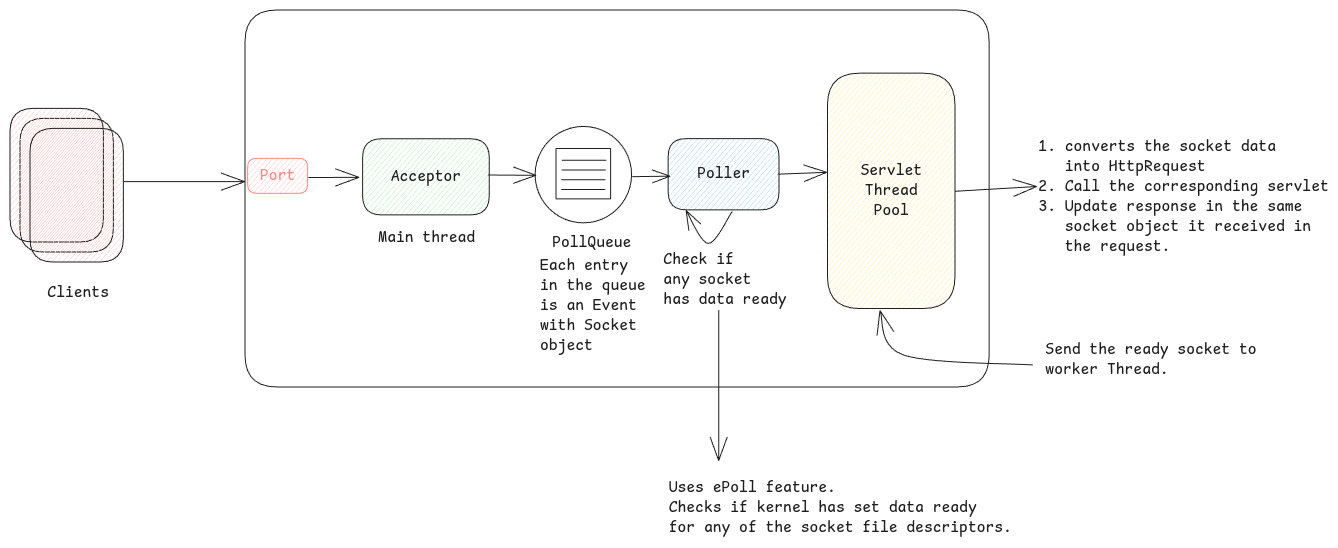
swaroopar/inprogress-engineer keeps this Excalidraw diagram as static/img/nio.excalidraw.png. Above is the earlier version. Source tidied: one line per element, renumbered; positions are measured from the earlier drawing's top-left corner, leaving out a move shared by most shapes.
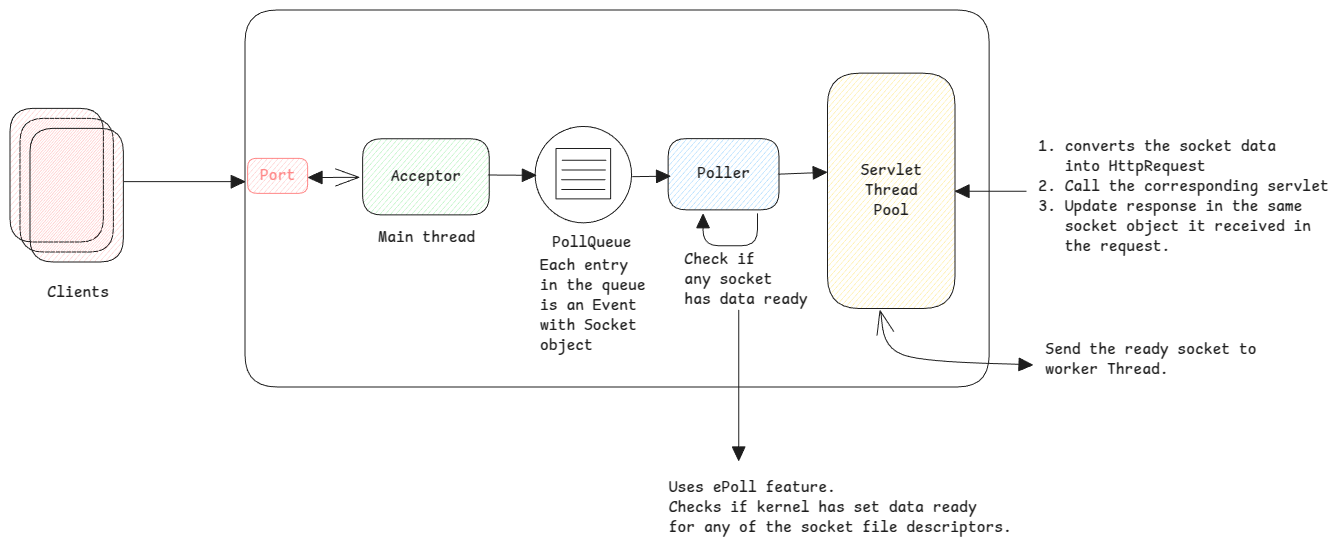
Later version of the same file.

What changed in the source:
```diff
@@ -1,35 +1,35 @@
 {"id": 0, "type": "rectangle", "strokeColor": "#1e1e1e", "strokeWidth": 1, "roughness": 0, "round": true, "x": 235, "y": 0, "width": 744, "height": 377}
 {"id": 1, "type": "rectangle", "strokeColor": "#1e1e1e", "backgroundColor": "#b2f2bb", "fillStyle": "hachure", "strokeWidth": 1, "roughness": 0, "round": true, "x": 353, "y": 129, "width": 127, "height": 76}
 {"id": 2, "type": "text", "text": "Acceptor", "strokeColor": "#1e1e1e", "strokeWidth": 2, "roughness": 1, "fontSize": 16, "fontFamily": 8, "textAlign": "center", "verticalAlign": "middle", "inside": 1, "x": 381, "y": 157, "width": 70, "height": 20}
-{"id": 3, "type": "arrow", "strokeColor": "#1e1e1e", "strokeWidth": 1, "roughness": 0, "startArrowhead": "arrow", "round": true, "from": 1, "to": 4, "x": 349, "y": 167, "width": 50, "height": 0, "points": [[0, 0], [-50, 0]]}
+{"id": 3, "type": "arrow", "strokeColor": "#1e1e1e", "strokeWidth": 1, "roughness": 0, "startArrowhead": "arrow", "endArrowhead": "triangle", "round": true, "from": 1, "to": 4, "x": 349, "y": 167, "width": 50, "height": 0, "points": [[0, 0], [-50, 0]]}
 {"id": 4, "type": "rectangle", "strokeColor": "#ff8787", "backgroundColor": "#ffc9c9", "fillStyle": "hachure", "strokeWidth": 1, "roughness": 0, "round": true, "x": 238, "y": 148, "width": 60, "height": 35}
 {"id": 5, "type": "text", "text": "Port", "strokeColor": "#ff8787", "strokeWidth": 2, "roughness": 1, "fontSize": 16, "fontFamily": 8, "textAlign": "center", "verticalAlign": "middle", "inside": 4, "x": 250, "y": 156, "width": 35, "height": 20}
 {"id": 6, "type": "ellipse", "strokeColor": "#1e1e1e", "strokeWidth": 1, "roughness": 0, "round": true, "x": 525, "y": 116, "width": 96, "height": 96}
 {"id": 7, "type": "rectangle", "strokeColor": "#1e1e1e", "strokeWidth": 1, "roughness": 0, "x": 546, "y": 138, "width": 55, "height": 50}
-{"id": 8, "type": "line", "strokeColor": "#1e1e1e", "strokeWidth": 1, "roughness": 0, "round": true, "x": 552, "y": 150, "width": 44, "height": 0, "points": [[0, 0], [44, 0]]}
+{"id": 8, "type": "line", "strokeColor": "#1e1e1e", "strokeWidth": 1, "roughness": 0, "endArrowhead": "triangle", "round": true, "x": 552, "y": 150, "width": 44, "height": 0, "points": [[0, 0], [44, 0]]}
-{"id": 9, "type": "line", "strokeColor": "#1e1e1e", "strokeWidth": 1, "roughness": 0, "round": true, "x": 552, "y": 160, "width": 44, "height": 0, "points": [[0, 0], [44, 0]]}
+{"id": 9, "type": "line", "strokeColor": "#1e1e1e", "strokeWidth": 1, "roughness": 0, "endArrowhead": "triangle", "round": true, "x": 552, "y": 160, "width": 44, "height": 0, "points": [[0, 0], [44, 0]]}
-{"id": 10, "type": "line", "strokeColor": "#1e1e1e", "strokeWidth": 1, "roughness": 0, "round": true, "x": 552, "y": 170, "width": 44, "height": 0, "points": [[0, 0], [44, 0]]}
+{"id": 10, "type": "line", "strokeColor": "#1e1e1e", "strokeWidth": 1, "roughness": 0, "endArrowhead": "triangle", "round": true, "x": 552, "y": 170, "width": 44, "height": 0, "points": [[0, 0], [44, 0]]}
-{"id": 11, "type": "line", "strokeColor": "#1e1e1e", "strokeWidth": 1, "roughness": 0, "round": true, "x": 552, "y": 180, "width": 44, "height": 0, "points": [[0, 0], [44, 0]]}
+{"id": 11, "type": "line", "strokeColor": "#1e1e1e", "strokeWidth": 1, "roughness": 0, "endArrowhead": "triangle", "round": true, "x": 552, "y": 180, "width": 44, "height": 0, "points": [[0, 0], [44, 0]]}
 {"id": 12, "type": "text", "text": "PollQueue", "strokeColor": "#1e1e1e", "strokeWidth": 1, "roughness": 0, "fontSize": 16, "fontFamily": 8, "x": 542, "y": 223, "width": 79, "height": 20}
 {"id": 13, "type": "rectangle", "strokeColor": "#1e1e1e", "backgroundColor": "#a5d8ff", "fillStyle": "hachure", "strokeWidth": 1, "roughness": 0, "round": true, "x": 658, "y": 129, "width": 111, "height": 71}
 {"id": 14, "type": "text", "text": "Poller", "strokeColor": "#1e1e1e", "strokeWidth": 2, "roughness": 1, "fontSize": 16, "fontFamily": 8, "textAlign": "center", "verticalAlign": "middle", "inside": 13, "x": 687, "y": 154, "width": 53, "height": 20}
 {"id": 15, "type": "rectangle", "strokeColor": "#1e1e1e", "backgroundColor": "#ffec99", "fillStyle": "hachure", "strokeWidth": 1, "roughness": 0, "round": true, "x": 817, "y": 63, "width": 128, "height": 235}
 {"id": 16, "type": "text", "text": "Servlet\nThread\nPool", "strokeColor": "#1e1e1e", "strokeWidth": 2, "roughness": 1, "fontSize": 16, "fontFamily": 8, "textAlign": "center", "verticalAlign": "middle", "inside": 15, "x": 850, "y": 151, "width": 62, "height": 60}
-{"id": 17, "type": "arrow", "strokeColor": "#1e1e1e", "strokeWidth": 1, "roughness": 0, "endArrowhead": "arrow", "round": true, "from": 13, "to": 13, "x": 722, "y": 202, "width": 46, "height": 33, "points": [[0, 0], [-24, 32], [-46, -1]]}
+{"id": 17, "type": "arrow", "strokeColor": "#1e1e1e", "strokeWidth": 1, "roughness": 0, "endArrowhead": "triangle", "from": 13, "to": 13, "x": 747, "y": 204, "width": 54, "height": 32, "points": [[0, 0], [0, 32], [-54, 32], [-54, 1]]}
-{"id": 18, "type": "text", "text": "Check if \nany socket \nhas data ready", "strokeColor": "#1e1e1e", "strokeWidth": 1, "roughness": 0, "fontSize": 16, "fontFamily": 8, "x": 653, "y": 240, "width": 123, "height": 60}
+{"id": 18, "type": "text", "text": "Check if \nany socket \nhas data ready", "strokeColor": "#1e1e1e", "strokeWidth": 1, "roughness": 0, "fontSize": 16, "fontFamily": 8, "x": 674, "y": 240, "width": 123, "height": 60}
-{"id": 19, "type": "arrow", "strokeColor": "#1e1e1e", "strokeWidth": 1, "roughness": 0, "endArrowhead": "arrow", "round": true, "x": 478, "y": 165, "width": 48, "height": 0, "points": [[0, 0], [48, 0]]}
+{"id": 19, "type": "arrow", "strokeColor": "#1e1e1e", "strokeWidth": 1, "roughness": 0, "endArrowhead": "triangle", "round": true, "x": 478, "y": 165, "width": 48, "height": 0, "points": [[0, 0], [48, 0]]}
-{"id": 20, "type": "arrow", "strokeColor": "#1e1e1e", "strokeWidth": 1, "roughness": 0, "endArrowhead": "arrow", "round": true, "from": 6, "x": 623, "y": 167, "width": 37, "height": 1, "points": [[0, 0], [37, -1]]}
+{"id": 20, "type": "arrow", "strokeColor": "#1e1e1e", "strokeWidth": 1, "roughness": 0, "endArrowhead": "triangle", "round": true, "from": 6, "x": 623, "y": 167, "width": 37, "height": 1, "points": [[0, 0], [37, -1]]}
-{"id": 21, "type": "arrow", "strokeColor": "#1e1e1e", "strokeWidth": 1, "roughness": 0, "endArrowhead": "arrow", "round": true, "to": 15, "x": 768, "y": 164, "width": 48, "height": 2, "points": [[0, 0], [48, -2]]}
+{"id": 21, "type": "arrow", "strokeColor": "#1e1e1e", "strokeWidth": 1, "roughness": 0, "endArrowhead": "triangle", "round": true, "to": 15, "x": 768, "y": 164, "width": 48, "height": 2, "points": [[0, 0], [48, -2]]}
 {"id": 22, "type": "text", "text": "Main thread", "strokeColor": "#1e1e1e", "strokeWidth": 1, "roughness": 0, "fontSize": 16, "fontFamily": 8, "x": 368, "y": 218, "width": 97, "height": 20}
 {"id": 23, "type": "text", "text": "Each entry \nin the queue \nis an Event \nwith Socket\nobject", "strokeColor": "#1e1e1e", "strokeWidth": 1, "roughness": 0, "fontSize": 16, "fontFamily": 8, "x": 530, "y": 246, "width": 114, "height": 100}
 {"id": 24, "type": "rectangle", "strokeColor": "#1e1e1e", "backgroundColor": "#ffc9c9", "fillStyle": "hachure", "strokeWidth": 1, "roughness": 0, "round": true, "x": 10, "y": 108, "width": 93, "height": 134}
 {"id": 25, "type": "text", "text": "Clients", "strokeColor": "#1e1e1e", "strokeWidth": 1, "roughness": 0, "fontSize": 16, "fontFamily": 8, "x": 37, "y": 273, "width": 62, "height": 20}
-{"id": 26, "type": "arrow", "strokeColor": "#1e1e1e", "backgroundColor": "#ffc9c9", "fillStyle": "hachure", "strokeWidth": 1, "roughness": 0, "endArrowhead": "arrow", "round": true, "to": 4, "x": 114, "y": 172, "width": 121, "height": 0, "points": [[0, 0], [121, 0]]}
+{"id": 26, "type": "arrow", "strokeColor": "#1e1e1e", "backgroundColor": "#ffc9c9", "fillStyle": "hachure", "strokeWidth": 1, "roughness": 0, "endArrowhead": "triangle", "round": true, "to": 4, "x": 114, "y": 172, "width": 121, "height": 0, "points": [[0, 0], [121, 0]]}
 {"id": 27, "type": "rectangle", "strokeColor": "#1e1e1e", "backgroundColor": "#ffc9c9", "fillStyle": "hachure", "strokeWidth": 1, "roughness": 0, "round": true, "x": 0, "y": 98, "width": 93, "height": 134}
 {"id": 28, "type": "rectangle", "strokeColor": "#1e1e1e", "backgroundColor": "#ffc9c9", "fillStyle": "hachure", "strokeWidth": 1, "roughness": 0, "round": true, "x": 20, "y": 118, "width": 93, "height": 134}
-{"id": 29, "type": "arrow", "strokeColor": "#1e1e1e", "backgroundColor": "#ffec99", "fillStyle": "hachure", "strokeWidth": 1, "roughness": 0, "startArrowhead": "arrow", "round": true, "from": 15, "to": 30, "x": 870, "y": 301, "width": 153, "height": 54, "points": [[0, 0], [23, 44], [153, 54]]}
+{"id": 29, "type": "arrow", "strokeColor": "#1e1e1e", "backgroundColor": "#ffec99", "fillStyle": "hachure", "strokeWidth": 1, "roughness": 0, "startArrowhead": "arrow", "endArrowhead": "triangle", "round": true, "from": 15, "to": 30, "x": 870, "y": 301, "width": 153, "height": 54, "points": [[0, 0], [23, 44], [153, 54]]}
 {"id": 30, "type": "text", "text": "Send the ready socket to \nworker Thread. ", "strokeColor": "#1e1e1e", "backgroundColor": "#ffec99", "fillStyle": "hachure", "strokeWidth": 1, "roughness": 0, "fontSize": 16, "fontFamily": 8, "x": 1035, "y": 330, "width": 220, "height": 40}
 {"id": 31, "type": "text", "text": "1. converts the socket data \n   into HttpRequest\n2. Call the corresponding servlet\n3. Update response in the same \n   socket object it received in \n   the request.", "strokeColor": "#1e1e1e", "backgroundColor": "#ffec99", "fillStyle": "hachure", "strokeWidth": 1, "roughness": 0, "fontSize": 16, "fontFamily": 8, "x": 1028, "y": 127, "width": 290, "height": 120}
-{"id": 32, "type": "arrow", "strokeColor": "#1e1e1e", "backgroundColor": "#ffec99", "fillStyle": "hachure", "strokeWidth": 1, "roughness": 0, "startArrowhead": "arrow", "round": true, "to": 15, "x": 1027, "y": 177, "width": 81, "height": 5, "points": [[0, 0], [-81, 5]]}
+{"id": 32, "type": "arrow", "strokeColor": "#1e1e1e", "backgroundColor": "#ffec99", "fillStyle": "hachure", "strokeWidth": 1, "roughness": 0, "endArrowhead": "triangle", "round": true, "to": 15, "x": 1016, "y": 181, "width": 71, "height": 0, "points": [[0, 0], [-71, 0]]}
-{"id": 33, "type": "arrow", "strokeColor": "#1e1e1e", "strokeWidth": 1, "roughness": 0, "endArrowhead": "arrow", "round": true, "x": 709, "y": 300, "width": 0, "height": 150, "points": [[0, 0], [0, 150]]}
+{"id": 33, "type": "arrow", "strokeColor": "#1e1e1e", "strokeWidth": 1, "roughness": 0, "endArrowhead": "triangle", "round": true, "x": 729, "y": 300, "width": 0, "height": 150, "points": [[0, 0], [0, 150]]}
 {"id": 34, "type": "text", "text": "Uses ePoll feature. \nChecks if kernel has set data ready \nfor any of the socket file descriptors.", "strokeColor": "#1e1e1e", "strokeWidth": 1, "roughness": 0, "fontSize": 16, "fontFamily": 8, "x": 659, "y": 468, "width": 343, "height": 60}
```
